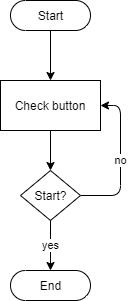
Before: scoring/documentation/Idle_Start_Logic.png, a diagram exported from draw.io (kparlak/dart-scoring-system). Source tidied: cells renumbered, new cells last; positions are measured from the earlier drawing's top-left corner, leaving out a move shared by most shapes.
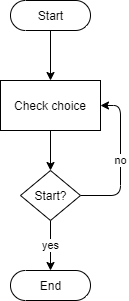
After the commit.

Diff of the diagram source:
```diff
@@ -16,7 +16,7 @@
         <mxPoint x="50" y="170" as="targetPoint" />
       </mxGeometry>
     </mxCell>
-    <mxCell id="6" value="Check button" style="html=1;dashed=0;whitespace=wrap;whiteSpace=wrap;" parent="1" vertex="1">
+    <mxCell id="6" value="Check choice" style="html=1;dashed=0;whitespace=wrap;whiteSpace=wrap;" parent="1" vertex="1">
       <mxGeometry y="80" width="100" height="50" as="geometry" />
     </mxCell>
     <mxCell id="7" value="yes" style="edgeStyle=orthogonalEdgeStyle;rounded=1;jettySize=auto;html=1;exitX=0.5;exitY=1;exitDx=0;exitDy=0;entryX=0.5;entryY=0.5;entryDx=0;entryDy=-15;entryPerimeter=0;" parent="1" edge="1" source="9" target="4">
```
